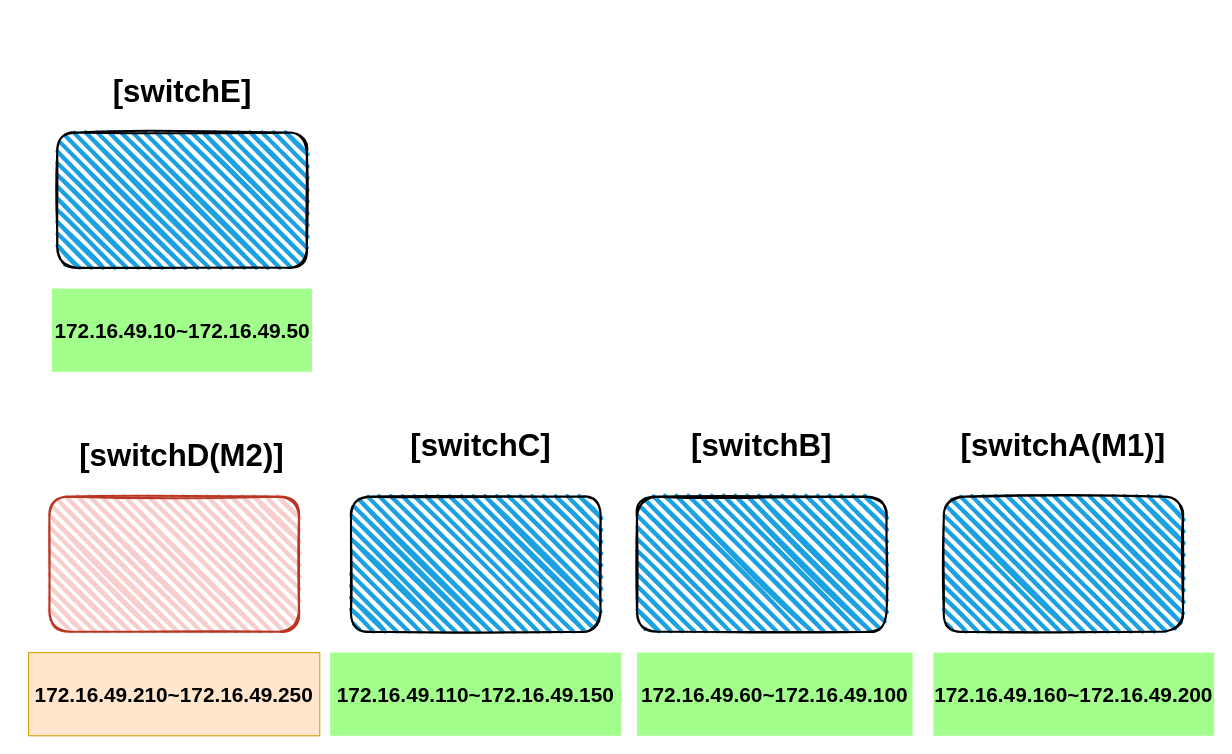
The draw.io diagram web開発/プロジェクト実習_geocoding/Untitled Diagram.drawio in grandios-dimensions/MyProgram, before the edit. Source tidied: cells renumbered, new cells numbered last; positions are measured from the earlier drawing's top-left corner, leaving out a move shared by most shapes. Both pictures are drawn from the tidied source at 104%, with x=0, y=0 at pixel (28, 59).
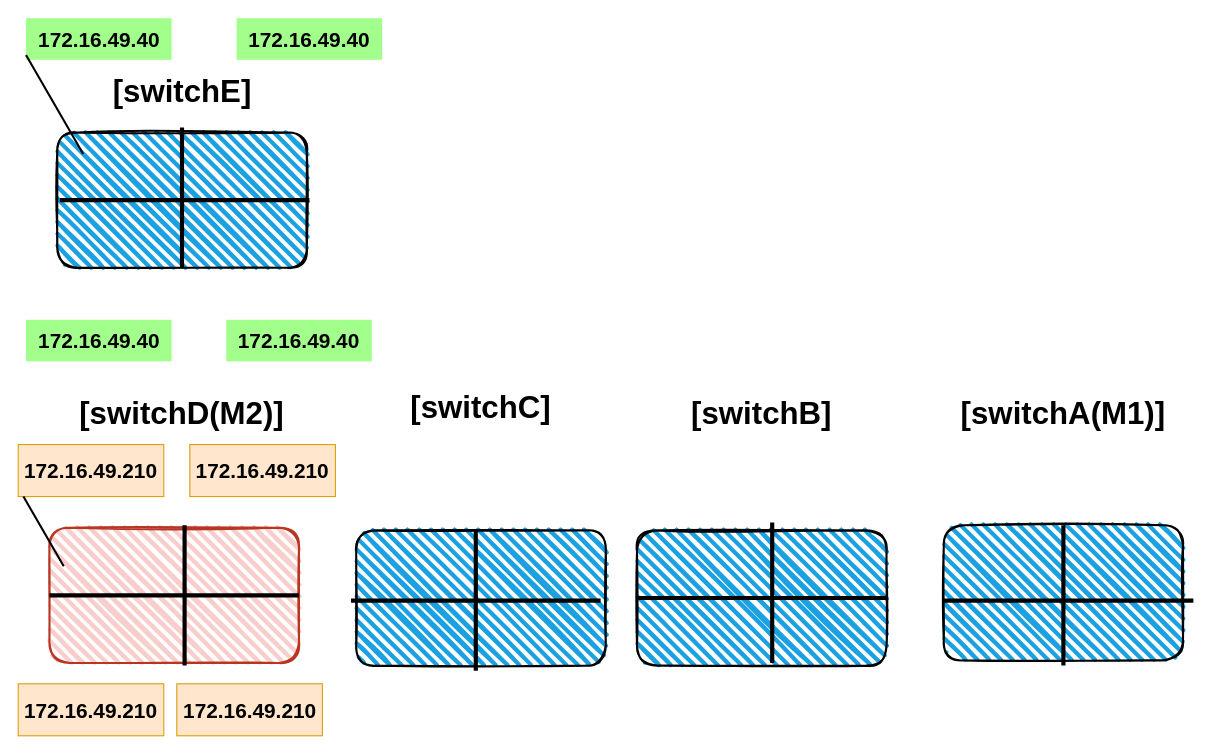
After the change.

Commit message (it also covers changes not shown here):
Untitled Diagram.drawio を更新します

Change to the diagram source:
```diff
@@
-    <mxCell id="3" value="&lt;font style=&quot;font-size: 20px&quot;&gt;&lt;b&gt;172.16.49.10~172.16.49.50&lt;/b&gt;&lt;/font&gt;" style="text;html=1;strokeColor=none;align=center;verticalAlign=middle;whiteSpace=wrap;rounded=0;fillColor=#A3FF8C;" parent="1" vertex="1">
-      <mxGeometry x="22.5" y="220" width="250" height="80" as="geometry" />
-    </mxCell>
     <mxCell id="4" style="rounded=1;whiteSpace=wrap;html=1;strokeWidth=2;fillWeight=4;hachureGap=8;hachureAngle=45;fillColor=#f8cecc;sketch=1;strokeColor=#B83521;" parent="1" vertex="1">
-      <mxGeometry x="20" y="420" width="240" height="130" as="geometry" />
+      <mxGeometry x="20" y="450" width="240" height="130" as="geometry" />
     </mxCell>
     <mxCell id="5" style="rounded=1;whiteSpace=wrap;html=1;strokeWidth=2;fillWeight=4;hachureGap=8;hachureAngle=45;fillColor=#1ba1e2;sketch=1;" parent="1" vertex="1">
-      <mxGeometry x="310" y="420" width="240" height="130" as="geometry" />
+      <mxGeometry x="315" y="452.5" width="240" height="130" as="geometry" />
     </mxCell>
     <mxCell id="6" style="rounded=1;whiteSpace=wrap;html=1;strokeWidth=2;fillWeight=4;hachureGap=8;hachureAngle=45;fillColor=#1ba1e2;sketch=1;" parent="1" vertex="1">
-      <mxGeometry x="585" y="420" width="240" height="130" as="geometry" />
+      <mxGeometry x="585" y="452.5" width="240" height="130" as="geometry" />
     </mxCell>
     <mxCell id="7" style="rounded=1;whiteSpace=wrap;html=1;strokeWidth=2;fillWeight=4;hachureGap=8;hachureAngle=45;fillColor=#1ba1e2;sketch=1;" parent="1" vertex="1">
-      <mxGeometry x="880" y="420" width="230" height="130" as="geometry" />
+      <mxGeometry x="880" y="447.5" width="230" height="130" as="geometry" />
     </mxCell>
-    <mxCell id="8" value="&lt;font style=&quot;font-size: 20px&quot;&gt;&lt;b&gt;172.16.49.210~172.16.49.250&lt;/b&gt;&lt;/font&gt;" style="text;html=1;strokeColor=#d79b00;align=center;verticalAlign=middle;whiteSpace=wrap;rounded=0;fillColor=#ffe6cc;" parent="1" vertex="1">
-      <mxGeometry y="570" width="280" height="80" as="geometry" />
+    <mxCell id="8" value="&lt;font style=&quot;font-size: 20px&quot;&gt;&lt;b&gt;172.16.49.210&lt;/b&gt;&lt;/font&gt;" style="text;html=1;strokeColor=#d79b00;align=center;verticalAlign=middle;whiteSpace=wrap;rounded=0;fillColor=#ffe6cc;" parent="1" vertex="1">
+      <mxGeometry x="-10" y="600" width="140" height="50" as="geometry" />
     </mxCell>
-    <mxCell id="9" value="&lt;font style=&quot;font-size: 20px&quot;&gt;&lt;b&gt;172.16.49.110~172.16.49.150&lt;/b&gt;&lt;/font&gt;" style="text;html=1;strokeColor=none;align=center;verticalAlign=middle;whiteSpace=wrap;rounded=0;fillColor=#A3FF8C;" parent="1" vertex="1">
-      <mxGeometry x="290" y="570" width="280" height="80" as="geometry" />
-    </mxCell>
-    <mxCell id="10" value="&lt;font style=&quot;font-size: 20px&quot;&gt;&lt;b&gt;172.16.49.60~172.16.49.100&lt;/b&gt;&lt;/font&gt;" style="text;html=1;strokeColor=none;align=center;verticalAlign=middle;whiteSpace=wrap;rounded=0;fillColor=#A3FF8C;" parent="1" vertex="1">
-      <mxGeometry x="585" y="570" width="265" height="80" as="geometry" />
-    </mxCell>
-    <mxCell id="11" value="&lt;font style=&quot;font-size: 20px&quot;&gt;&lt;b&gt;172.16.49.160~172.16.49.200&lt;/b&gt;&lt;/font&gt;" style="text;html=1;strokeColor=none;align=center;verticalAlign=middle;whiteSpace=wrap;rounded=0;fillColor=#A3FF8C;" parent="1" vertex="1">
-      <mxGeometry x="870" y="570" width="270" height="80" as="geometry" />
-    </mxCell>
@@
     <mxCell id="13" value="&lt;font style=&quot;font-size: 30px&quot;&gt;&lt;b&gt;[switchD(M2)]&lt;/b&gt;&lt;/font&gt;" style="text;html=1;strokeColor=none;fillColor=none;align=center;verticalAlign=middle;whiteSpace=wrap;rounded=0;" parent="1" vertex="1">
-      <mxGeometry x="56.2" y="350" width="182.5" height="60" as="geometry" />
+      <mxGeometry x="56.2" y="310" width="182.5" height="60" as="geometry" />
     </mxCell>
     <mxCell id="14" value="&lt;font style=&quot;font-size: 30px&quot;&gt;&lt;b&gt;[switchB]&lt;/b&gt;&lt;/font&gt;" style="text;html=1;strokeColor=none;fillColor=none;align=center;verticalAlign=middle;whiteSpace=wrap;rounded=0;" parent="1" vertex="1">
-      <mxGeometry x="620" y="340" width="170" height="60" as="geometry" />
+      <mxGeometry x="620" y="310" width="170" height="60" as="geometry" />
     </mxCell>
     <mxCell id="15" value="&lt;font style=&quot;font-size: 30px&quot;&gt;&lt;b&gt;[switchA(M1)]&lt;/b&gt;&lt;/font&gt;" style="text;html=1;strokeColor=none;fillColor=none;align=center;verticalAlign=middle;whiteSpace=wrap;rounded=0;" parent="1" vertex="1">
-      <mxGeometry x="910" y="340" width="170" height="60" as="geometry" />
+      <mxGeometry x="910" y="310" width="170" height="60" as="geometry" />
     </mxCell>
     <mxCell id="16" value="&lt;font style=&quot;font-size: 30px&quot;&gt;&lt;b&gt;[switchC]&lt;/b&gt;&lt;/font&gt;" style="text;html=1;strokeColor=none;fillColor=none;align=center;verticalAlign=middle;whiteSpace=wrap;rounded=0;" parent="1" vertex="1">
-      <mxGeometry x="350" y="340" width="170" height="60" as="geometry" />
+      <mxGeometry x="350" y="304" width="170" height="60" as="geometry" />
     </mxCell>
+    <mxCell id="17" style="line;strokeWidth=4;direction=south;html=1;perimeter=backbonePerimeter;" parent="1" vertex="1">
+      <mxGeometry x="142.5" y="65" width="10" height="135" as="geometry" />
+    </mxCell>
+    <mxCell id="18" style="line;strokeWidth=4;html=1;perimeter=backbonePerimeter;" parent="1" vertex="1">
+      <mxGeometry x="30" y="130" width="240" height="10" as="geometry" />
+    </mxCell>
+    <mxCell id="19" style="line;strokeWidth=4;html=1;perimeter=backbonePerimeter;" parent="1" vertex="1">
+      <mxGeometry x="20" y="510" width="240" height="10" as="geometry" />
+    </mxCell>
+    <mxCell id="20" style="line;strokeWidth=4;html=1;perimeter=backbonePerimeter;" parent="1" vertex="1">
+      <mxGeometry x="310" y="515" width="240" height="10" as="geometry" />
+    </mxCell>
+    <mxCell id="21" style="line;strokeWidth=4;html=1;perimeter=backbonePerimeter;" parent="1" vertex="1">
+      <mxGeometry x="880" y="515" width="240" height="10" as="geometry" />
+    </mxCell>
+    <mxCell id="22" style="line;strokeWidth=4;html=1;perimeter=backbonePerimeter;" parent="1" vertex="1">
+      <mxGeometry x="585" y="512.5" width="240" height="10" as="geometry" />
+    </mxCell>
+    <mxCell id="23" style="line;strokeWidth=4;direction=south;html=1;perimeter=backbonePerimeter;" parent="1" vertex="1">
+      <mxGeometry x="425" y="452.5" width="10" height="135" as="geometry" />
+    </mxCell>
+    <mxCell id="24" style="line;strokeWidth=4;direction=south;html=1;perimeter=backbonePerimeter;" parent="1" vertex="1">
+      <mxGeometry x="145" y="447.5" width="10" height="135" as="geometry" />
+    </mxCell>
+    <mxCell id="25" style="line;strokeWidth=4;direction=south;html=1;perimeter=backbonePerimeter;" parent="1" vertex="1">
+      <mxGeometry x="990" y="447.5" width="10" height="135" as="geometry" />
+    </mxCell>
+    <mxCell id="26" style="line;strokeWidth=4;direction=south;html=1;perimeter=backbonePerimeter;" parent="1" vertex="1">
+      <mxGeometry x="710" y="445" width="10" height="135" as="geometry" />
+    </mxCell>
+    <mxCell id="27" value="&lt;font style=&quot;font-size: 20px&quot;&gt;&lt;b&gt;172.16.49.40&lt;/b&gt;&lt;/font&gt;" style="text;html=1;strokeColor=none;align=center;verticalAlign=middle;whiteSpace=wrap;rounded=0;fillColor=#A3FF8C;" parent="1" vertex="1">
+      <mxGeometry x="-2.5" y="-40" width="140" height="40" as="geometry" />
+    </mxCell>
+    <mxCell id="28" style="line;strokeWidth=2;direction=south;html=1;rotation=-30;" parent="1" vertex="1">
+      <mxGeometry x="20" y="-12" width="10" height="110" as="geometry" />
+    </mxCell>
+    <mxCell id="29" value="&lt;font style=&quot;font-size: 20px&quot;&gt;&lt;b&gt;172.16.49.40&lt;/b&gt;&lt;/font&gt;" style="text;html=1;strokeColor=none;align=center;verticalAlign=middle;whiteSpace=wrap;rounded=0;fillColor=#A3FF8C;" parent="1" vertex="1">
+      <mxGeometry x="200" y="-40" width="140" height="40" as="geometry" />
+    </mxCell>
+    <mxCell id="30" value="&lt;font style=&quot;font-size: 20px&quot;&gt;&lt;b&gt;172.16.49.40&lt;/b&gt;&lt;/font&gt;" style="text;html=1;strokeColor=none;align=center;verticalAlign=middle;whiteSpace=wrap;rounded=0;fillColor=#A3FF8C;" parent="1" vertex="1">
+      <mxGeometry x="-2.5" y="250" width="140" height="40" as="geometry" />
+    </mxCell>
+    <mxCell id="31" value="&lt;font style=&quot;font-size: 20px&quot;&gt;&lt;b&gt;172.16.49.40&lt;/b&gt;&lt;/font&gt;" style="text;html=1;strokeColor=none;align=center;verticalAlign=middle;whiteSpace=wrap;rounded=0;fillColor=#A3FF8C;" parent="1" vertex="1">
+      <mxGeometry x="190" y="250" width="140" height="40" as="geometry" />
+    </mxCell>
+    <mxCell id="32" value="&lt;font style=&quot;font-size: 20px&quot;&gt;&lt;b&gt;172.16.49.210&lt;/b&gt;&lt;/font&gt;" style="text;html=1;strokeColor=#d79b00;align=center;verticalAlign=middle;whiteSpace=wrap;rounded=0;fillColor=#ffe6cc;" parent="1" vertex="1">
+      <mxGeometry x="142.5" y="600" width="140" height="50" as="geometry" />
+    </mxCell>
+    <mxCell id="33" value="&lt;font style=&quot;font-size: 20px&quot;&gt;&lt;b&gt;172.16.49.210&lt;/b&gt;&lt;/font&gt;" style="text;html=1;strokeColor=#d79b00;align=center;verticalAlign=middle;whiteSpace=wrap;rounded=0;fillColor=#ffe6cc;" parent="1" vertex="1">
+      <mxGeometry x="-10" y="370" width="140" height="50" as="geometry" />
+    </mxCell>
+    <mxCell id="34" value="&lt;font style=&quot;font-size: 20px&quot;&gt;&lt;b&gt;172.16.49.210&lt;/b&gt;&lt;/font&gt;" style="text;html=1;strokeColor=#d79b00;align=center;verticalAlign=middle;whiteSpace=wrap;rounded=0;fillColor=#ffe6cc;" parent="1" vertex="1">
+      <mxGeometry x="155" y="370" width="140" height="50" as="geometry" />
+    </mxCell>
+    <mxCell id="35" style="line;strokeWidth=2;direction=south;html=1;rotation=-30;" parent="1" vertex="1">
+      <mxGeometry x="9.4" y="414.7" width="10" height="77.5" as="geometry" />
+    </mxCell>
```
